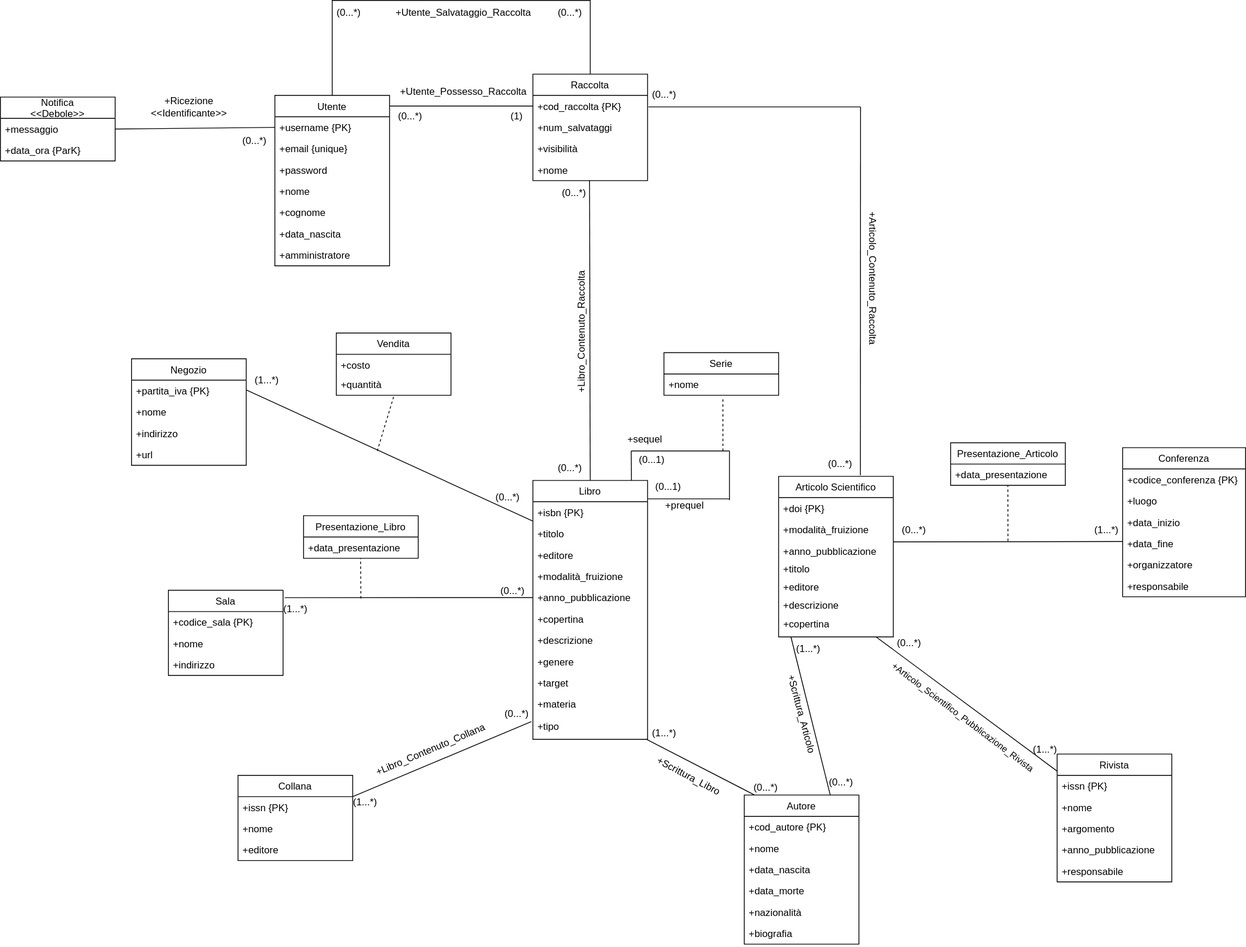
Earlier version of the draw.io export progettazione_concettuale/Modello_Concettuale_Ristrutturato_UML.drawio.svg (m3tt0/Progetto_OB_BASI). Source tidied: cells renumbered, new cells last; positions are measured from the earlier drawing's top-left corner, leaving out a move shared by most shapes.
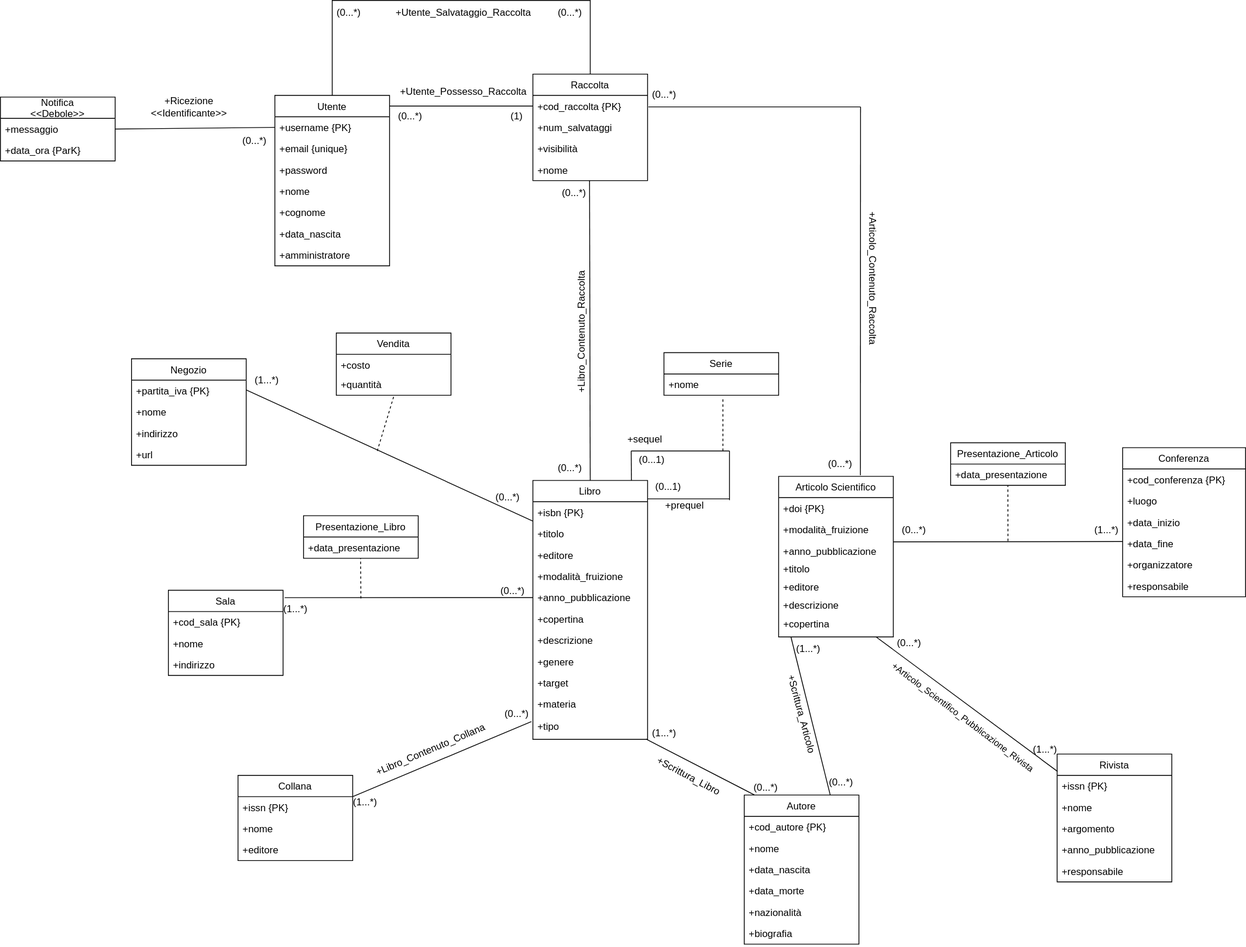
The same diagram one commit later.

What changed in the source:
```diff
@@ -41,7 +41,7 @@
     <mxCell id="14" value="Conferenza" style="swimlane;fontStyle=0;horizontal=1;startSize=26;fillColor=none;" parent="1" vertex="1">
       <mxGeometry x="1370" y="546" width="150" height="182" as="geometry" />
     </mxCell>
-    <mxCell id="15" value="+codice_conferenza {PK}" style="text;strokeColor=none;fillColor=none;align=left;verticalAlign=top;spacingLeft=4;spacingRight=4;overflow=hidden;fontStyle=0;" parent="14" vertex="1">
+    <mxCell id="15" value="+cod_conferenza {PK}" style="text;strokeColor=none;fillColor=none;align=left;verticalAlign=top;spacingLeft=4;spacingRight=4;overflow=hidden;fontStyle=0;" parent="14" vertex="1">
       <mxGeometry y="26" width="150" height="26" as="geometry" />
     </mxCell>
     <mxCell id="16" value="+luogo" style="text;strokeColor=none;fillColor=none;align=left;verticalAlign=top;spacingLeft=4;spacingRight=4;overflow=hidden;" parent="14" vertex="1">
@@ -226,7 +226,7 @@
     <mxCell id="75" value="Sala" style="swimlane;fontStyle=0;horizontal=1;startSize=26;fillColor=none;" parent="1" vertex="1">
       <mxGeometry x="205" y="720" width="140" height="104" as="geometry" />
     </mxCell>
-    <mxCell id="76" value="+codice_sala {PK}" style="text;strokeColor=none;fillColor=none;align=left;verticalAlign=top;spacingLeft=4;spacingRight=4;overflow=hidden;fontStyle=0;" parent="75" vertex="1">
+    <mxCell id="76" value="+cod_sala {PK}" style="text;strokeColor=none;fillColor=none;align=left;verticalAlign=top;spacingLeft=4;spacingRight=4;overflow=hidden;fontStyle=0;" parent="75" vertex="1">
       <mxGeometry y="26" width="140" height="26" as="geometry" />
     </mxCell>
     <mxCell id="77" value="+nome" style="text;strokeColor=none;fillColor=none;align=left;verticalAlign=top;spacingLeft=4;spacingRight=4;overflow=hidden;" parent="75" vertex="1">
```
